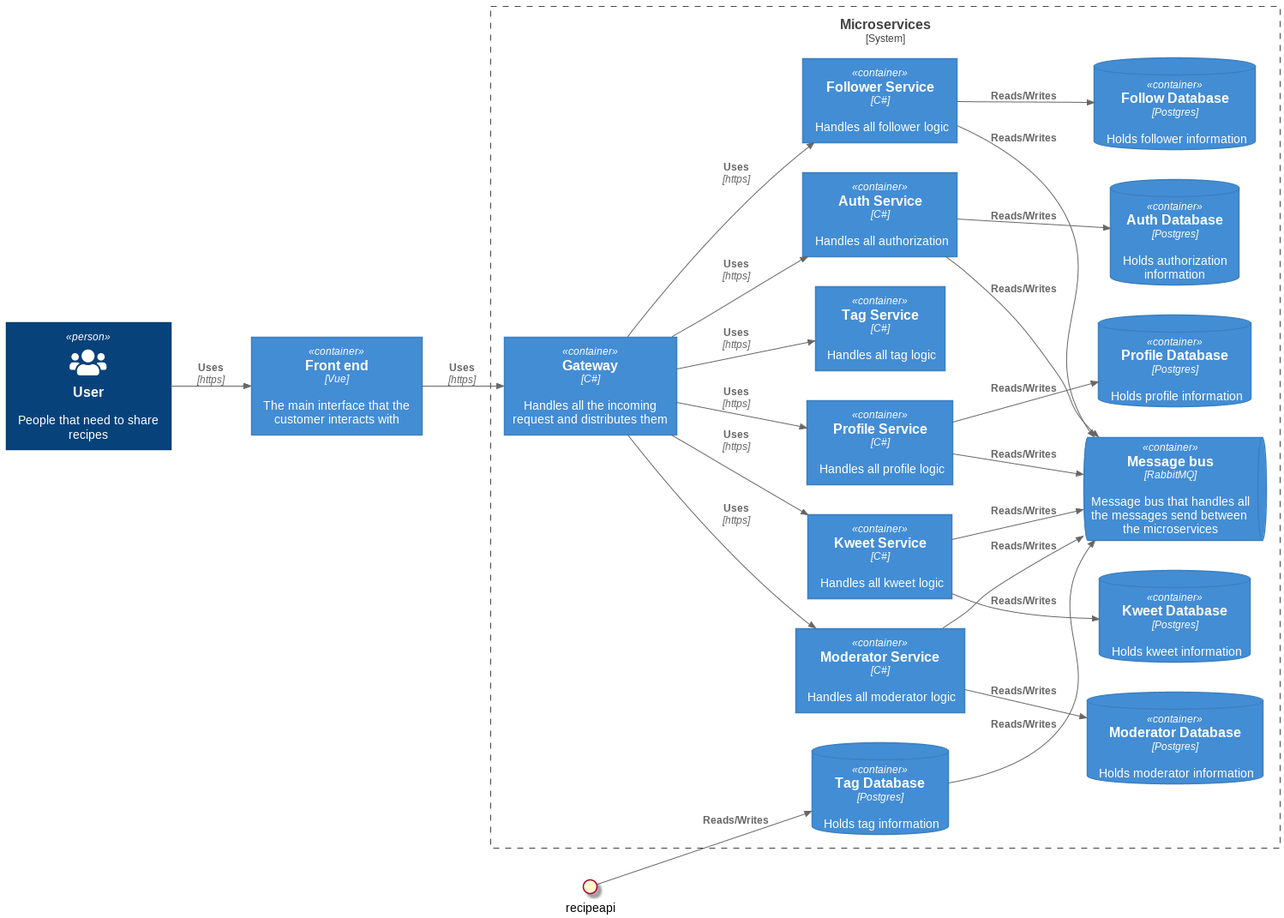
Earlier version of the PlantUML export Doc/C4-model-2.png (tobinstultiens/sharerecipe).
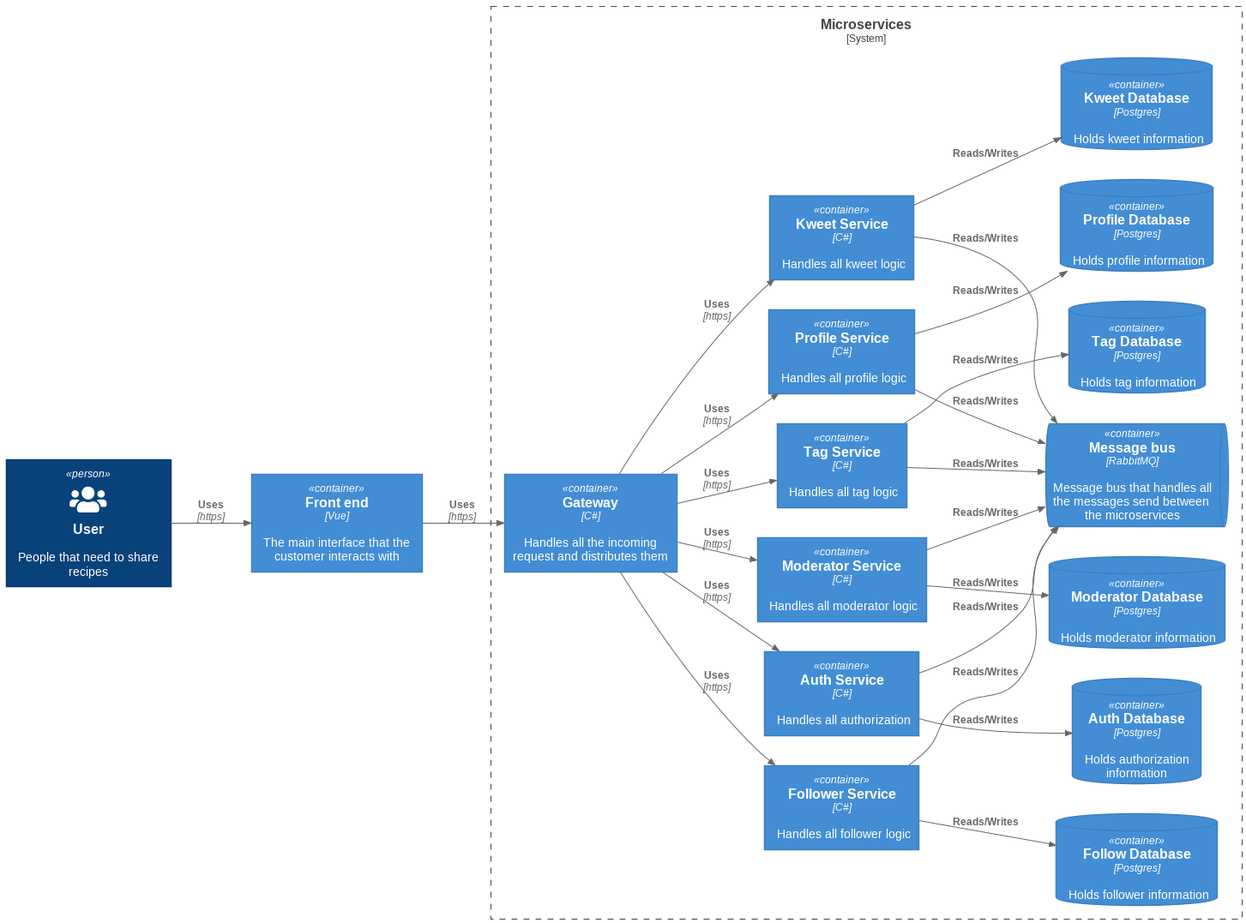
The same diagram one commit later.

Diff of the diagram source:
```diff
@@ -42,13 +42,13 @@
 Rel(modapi, moddb, "Reads/Writes")
 Rel(kweetapi, kweetdb, "Reads/Writes")
 Rel(profileapi, profiledb, "Reads/Writes")
-Rel(recipeapi, tagdb, "Reads/Writes")
+Rel(tagapi, tagdb, "Reads/Writes")
 
 Rel(authapi, rabbitmq, "Reads/Writes")
 Rel(followapi, rabbitmq, "Reads/Writes")
 Rel(modapi, rabbitmq, "Reads/Writes")
 Rel(kweetapi, rabbitmq, "Reads/Writes")
 Rel(profileapi, rabbitmq, "Reads/Writes")
-Rel(tagdb, rabbitmq, "Reads/Writes")
+Rel(tagapi, rabbitmq, "Reads/Writes")
 Lay_R(authdb, rabbitmq)
 @enduml
```
